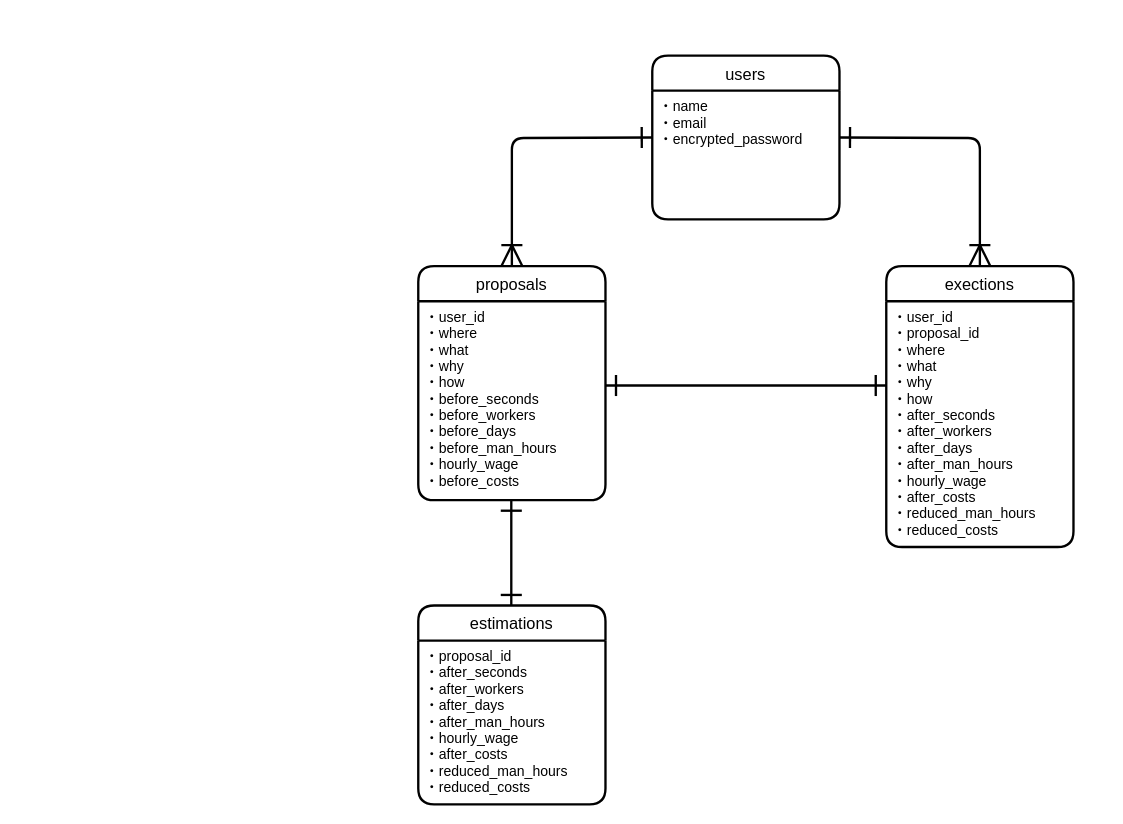
Above: page "ER図" (2 of 3) of ER.dio in tanaka0s/kaizen_app (draw.io), before the change. Source tidied: cells renumbered, new cells numbered last; positions are measured from the earlier drawing's top-left corner, leaving out a move shared by most shapes. Both pictures are drawn from the tidied source at 117%, with x=0, y=0 at pixel (418, 55).
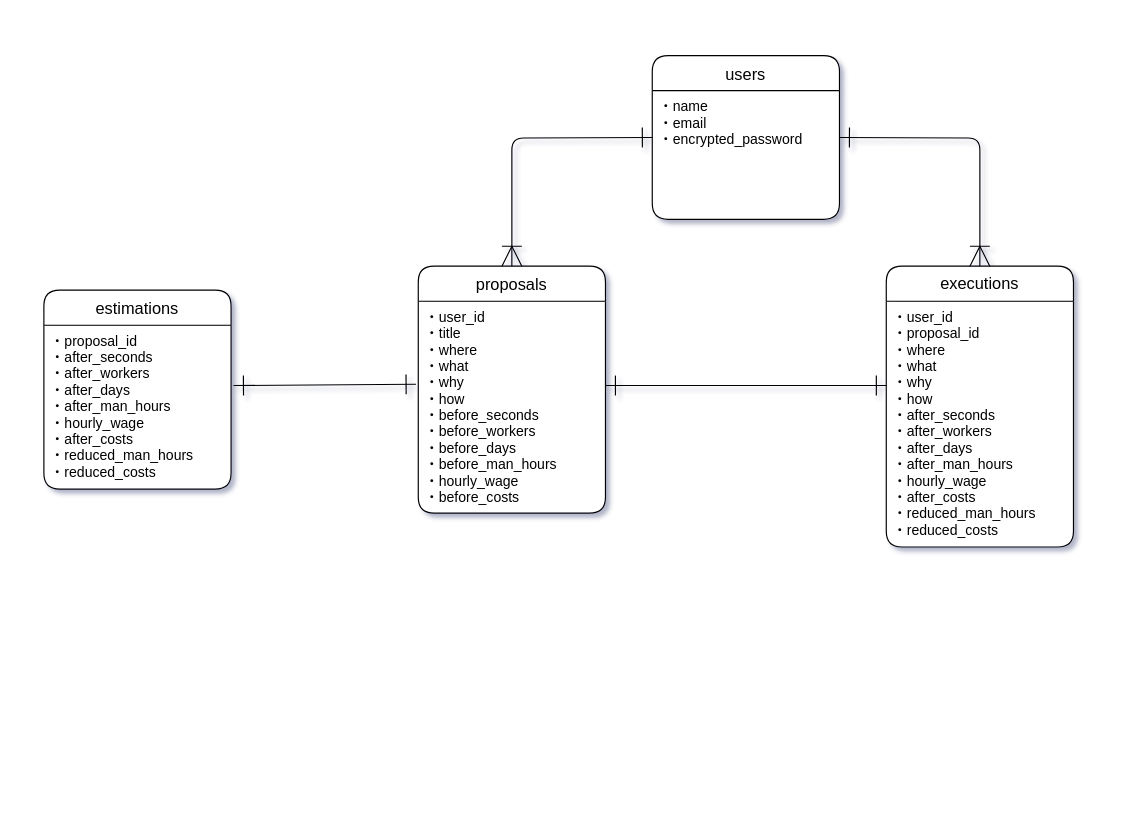
The same page after the edit.

Diff of the diagram source:
```diff
@@
-<mxGraphModel>
+<mxGraphModel background="#ffffff" shadow="1">
   <root>
     <mxCell id="0" />
     <mxCell id="1" parent="0" />
-    <mxCell id="2" value="users" style="swimlane;horizontal=1;startSize=30;rounded=1;fontSize=14;fontStyle=0;strokeWidth=2;shadow=0;dashed=0;align=center;" parent="1" vertex="1">
+    <mxCell id="2" value="users" style="swimlane;horizontal=1;startSize=30;rounded=1;fontSize=14;fontStyle=0;strokeWidth=1;shadow=0;dashed=0;align=center;strokeColor=#000000;swimlaneFillColor=#FFFFFF;gradientColor=none;fontColor=#000000;labelBorderColor=none;labelBackgroundColor=#FFFFFF;fillColor=#FFFFFF;" parent="1" vertex="1">
       <mxGeometry x="200" width="160" height="140" as="geometry" />
     </mxCell>
-    <mxCell id="3" value="・name&#10;・email&#10;・encrypted_password" style="align=left;strokeColor=none;fillColor=none;spacingLeft=4;fontSize=12;verticalAlign=top;" parent="2" vertex="1">
+    <mxCell id="3" value="・name&#10;・email&#10;・encrypted_password" style="align=left;strokeColor=none;fillColor=none;spacingLeft=4;fontSize=12;verticalAlign=top;fontColor=#000000;" parent="2" vertex="1">
       <mxGeometry y="30" width="160" height="110" as="geometry" />
     </mxCell>
-    <mxCell id="4" value="exections" style="swimlane;horizontal=1;startSize=30;rounded=1;fontSize=14;fontStyle=0;strokeWidth=2;shadow=0;dashed=0;align=center;" parent="1" vertex="1">
+    <mxCell id="4" value="executions" style="swimlane;horizontal=1;startSize=30;rounded=1;fontSize=14;fontStyle=0;strokeWidth=1;shadow=0;dashed=0;align=center;labelBackgroundColor=none;strokeColor=#000000;swimlaneFillColor=#FFFFFF;labelBorderColor=none;whiteSpace=wrap;fillColor=#FFFFFF;fontColor=#000000;" parent="1" vertex="1">
       <mxGeometry x="400" y="180" width="160" height="240" as="geometry" />
     </mxCell>
-    <mxCell id="5" value="・user_id&#10;・proposal_id&#10;・where&#10;・what&#10;・why&#10;・how&#10;・after_seconds&#10;・after_workers&#10;・after_days&#10;・after_man_hours&#10;・hourly_wage&#10;・after_costs&#10;・reduced_man_hours&#10;・reduced_costs" style="align=left;strokeColor=none;fillColor=none;spacingLeft=4;fontSize=12;verticalAlign=top;" parent="4" vertex="1">
+    <mxCell id="5" value="・user_id&#10;・proposal_id&#10;・where&#10;・what&#10;・why&#10;・how&#10;・after_seconds&#10;・after_workers&#10;・after_days&#10;・after_man_hours&#10;・hourly_wage&#10;・after_costs&#10;・reduced_man_hours&#10;・reduced_costs" style="align=left;strokeColor=none;fillColor=none;spacingLeft=4;fontSize=12;verticalAlign=top;fontColor=#000000;" parent="4" vertex="1">
       <mxGeometry y="30" width="160" height="210" as="geometry" />
     </mxCell>
-    <mxCell id="6" value="proposals" style="swimlane;horizontal=1;startSize=30;rounded=1;fontSize=14;fontStyle=0;strokeWidth=2;shadow=0;dashed=0;align=center;" parent="1" vertex="1">
-      <mxGeometry y="180" width="160" height="200" as="geometry" />
+    <mxCell id="6" value="proposals" style="swimlane;horizontal=1;startSize=30;rounded=1;fontSize=14;fontStyle=0;strokeWidth=1;shadow=0;dashed=0;align=center;strokeColor=#000000;swimlaneFillColor=#FFFFFF;fillColor=#FFFFFF;fontColor=#000000;" parent="1" vertex="1">
+      <mxGeometry y="180" width="160" height="211" as="geometry" />
     </mxCell>
-    <mxCell id="7" value="・user_id&#10;・where&#10;・what&#10;・why&#10;・how&#10;・before_seconds&#10;・before_workers&#10;・before_days&#10;・before_man_hours&#10;・hourly_wage&#10;・before_costs" style="align=left;strokeColor=none;fillColor=none;spacingLeft=4;fontSize=12;verticalAlign=top;" parent="6" vertex="1">
-      <mxGeometry y="30" width="160" height="170" as="geometry" />
+    <mxCell id="7" value="・user_id&#10;・title&#10;・where&#10;・what&#10;・why&#10;・how&#10;・before_seconds&#10;・before_workers&#10;・before_days&#10;・before_man_hours&#10;・hourly_wage&#10;・before_costs" style="align=left;strokeColor=none;fillColor=none;spacingLeft=4;fontSize=12;verticalAlign=top;fontColor=#000000;" parent="6" vertex="1">
+      <mxGeometry y="30" width="160" height="181" as="geometry" />
     </mxCell>
-    <mxCell id="8" style="edgeStyle=orthogonalEdgeStyle;fontSize=12;html=1;endArrow=ERoneToMany;strokeWidth=2;sourcePerimeterSpacing=0;startArrow=ERone;startFill=0;jumpSize=6;targetPerimeterSpacing=0;endSize=15;startSize=15;entryX=0.5;entryY=0;entryDx=0;entryDy=0;" parent="1" edge="1" target="4">
+    <mxCell id="8" style="edgeStyle=orthogonalEdgeStyle;fontSize=12;html=1;endArrow=ERoneToMany;strokeWidth=1;sourcePerimeterSpacing=0;startArrow=ERone;startFill=0;jumpSize=6;targetPerimeterSpacing=0;endSize=15;startSize=15;entryX=0.5;entryY=0;entryDx=0;entryDy=0;strokeColor=#000000;" parent="1" edge="1" target="4">
       <mxGeometry relative="1" as="geometry">
         <mxPoint x="360" y="70" as="sourcePoint" />
       </mxGeometry>
     </mxCell>
-    <mxCell id="9" style="edgeStyle=orthogonalEdgeStyle;fontSize=12;html=1;endArrow=ERoneToMany;endSize=15;startSize=15;strokeWidth=2;startArrow=ERone;startFill=0;entryX=0.5;entryY=0;entryDx=0;entryDy=0;" parent="1" edge="1" target="6">
+    <mxCell id="9" style="edgeStyle=orthogonalEdgeStyle;fontSize=12;html=1;endArrow=ERoneToMany;endSize=15;startSize=15;strokeWidth=1;startArrow=ERone;startFill=0;entryX=0.5;entryY=0;entryDx=0;entryDy=0;strokeColor=#000000;" parent="1" edge="1" target="6">
       <mxGeometry relative="1" as="geometry">
         <mxPoint x="200" y="70" as="sourcePoint" />
       </mxGeometry>
     </mxCell>
-    <mxCell id="10" style="endArrow=ERone;html=1;rounded=0;startSize=15;endSize=15;sourcePerimeterSpacing=0;targetPerimeterSpacing=0;strokeWidth=2;jumpSize=6;startArrow=ERone;startFill=0;endFill=0;" parent="1" edge="1">
+    <mxCell id="10" style="endArrow=ERone;html=1;rounded=0;startSize=15;endSize=15;sourcePerimeterSpacing=0;targetPerimeterSpacing=0;strokeWidth=1;jumpSize=6;startArrow=ERone;startFill=0;endFill=0;strokeColor=#000000;" parent="1" edge="1">
       <mxGeometry relative="1" as="geometry">
         <mxPoint x="160" y="282" as="sourcePoint" />
         <mxPoint x="400" y="282" as="targetPoint" />
       </mxGeometry>
     </mxCell>
-    <mxCell id="11" value="estimations" style="swimlane;horizontal=1;startSize=30;rounded=1;fontSize=14;fontStyle=0;strokeWidth=2;shadow=0;dashed=0;align=center;" parent="1" vertex="1">
-      <mxGeometry y="470" width="160" height="170" as="geometry" />
+    <mxCell id="11" value="estimations" style="swimlane;horizontal=1;startSize=30;rounded=1;fontSize=14;fontStyle=0;strokeWidth=1;shadow=0;dashed=0;align=center;strokeColor=#000000;swimlaneFillColor=#FFFFFF;fontColor=#000000;fillColor=#FFFFFF;" parent="1" vertex="1">
+      <mxGeometry x="-320" y="200.5" width="160" height="170" as="geometry" />
     </mxCell>
-    <mxCell id="12" value="・proposal_id&#10;・after_seconds&#10;・after_workers&#10;・after_days&#10;・after_man_hours&#10;・hourly_wage&#10;・after_costs&#10;・reduced_man_hours&#10;・reduced_costs" style="align=left;strokeColor=none;fillColor=none;spacingLeft=4;fontSize=12;verticalAlign=top;" parent="11" vertex="1">
+    <mxCell id="12" value="・proposal_id&#10;・after_seconds&#10;・after_workers&#10;・after_days&#10;・after_man_hours&#10;・hourly_wage&#10;・after_costs&#10;・reduced_man_hours&#10;・reduced_costs" style="align=left;strokeColor=none;fillColor=none;spacingLeft=4;fontSize=12;verticalAlign=top;fontColor=#000000;" parent="11" vertex="1">
       <mxGeometry y="30" width="160" height="140" as="geometry" />
     </mxCell>
-    <mxCell id="13" style="endArrow=ERone;html=1;rounded=0;startSize=15;endSize=15;sourcePerimeterSpacing=0;targetPerimeterSpacing=0;strokeWidth=2;jumpSize=6;startArrow=ERone;startFill=0;endFill=0;" parent="1" edge="1">
-      <mxGeometry relative="1" as="geometry">
-        <mxPoint x="79.5" y="470" as="sourcePoint" />
-        <mxPoint x="79.5" y="380" as="targetPoint" />
-      </mxGeometry>
+    <mxCell id="13" style="endArrow=ERone;html=1;rounded=0;startSize=15;endSize=15;sourcePerimeterSpacing=0;targetPerimeterSpacing=0;strokeWidth=1;jumpSize=6;startArrow=ERone;startFill=0;endFill=0;strokeColor=#000000;exitX=1.013;exitY=0.368;exitDx=0;exitDy=0;entryX=-0.012;entryY=0.392;entryDx=0;entryDy=0;entryPerimeter=0;exitPerimeter=0;" parent="1" edge="1" source="12" target="7">
+      <mxGeometry relative="1" as="geometry" />
     </mxCell>
+    <mxCell id="14" value="Text" style="text;align=center;verticalAlign=middle;strokeColor=none;fillColor=none;fontColor=none;gradientColor=none;strokeWidth=0;noLabel=1;labelBorderColor=default;" parent="1" vertex="1">
+      <mxGeometry x="190" y="-30" width="40" height="20" as="geometry" />
+    </mxCell>
+    <mxCell id="15" value="Text" style="text;align=center;verticalAlign=middle;strokeColor=none;fillColor=none;fontColor=none;gradientColor=none;strokeWidth=0;noLabel=1;labelBorderColor=default;" parent="1" vertex="1">
+      <mxGeometry x="-340" y="374" width="40" height="20" as="geometry" />
+    </mxCell>
+    <mxCell id="16" value="Text" style="text;align=center;verticalAlign=middle;strokeColor=none;fillColor=none;fontColor=none;gradientColor=none;strokeWidth=0;noLabel=1;labelBorderColor=default;" parent="1" vertex="1">
+      <mxGeometry x="540" y="420" width="40" height="20" as="geometry" />
+    </mxCell>
   </root>
 </mxGraphModel>
```
